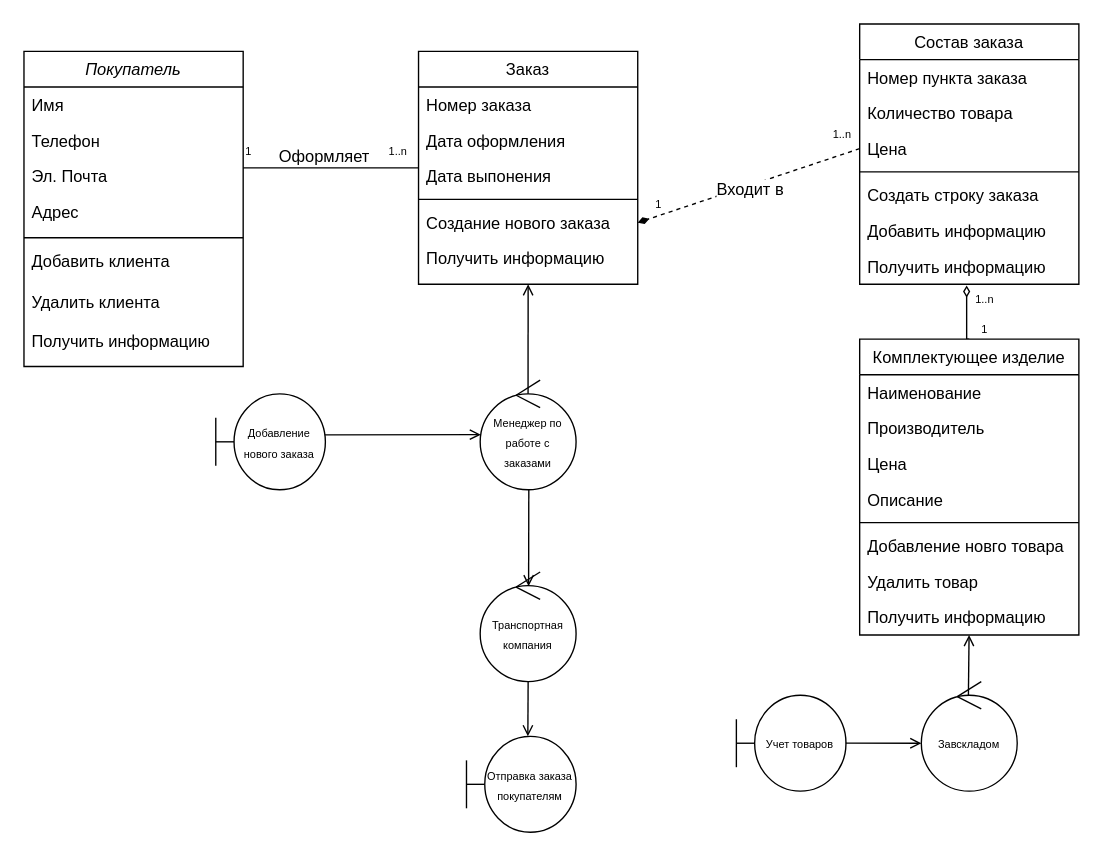
Above: лаб 2.drawio in arn1ee/-1 (draw.io), before the change. Source tidied: cells renumbered, new cells numbered last; positions are measured from the earlier drawing's top-left corner, leaving out a move shared by most shapes. Both pictures are drawn from the tidied source at 137%, with x=0, y=0 at pixel (23, 23).
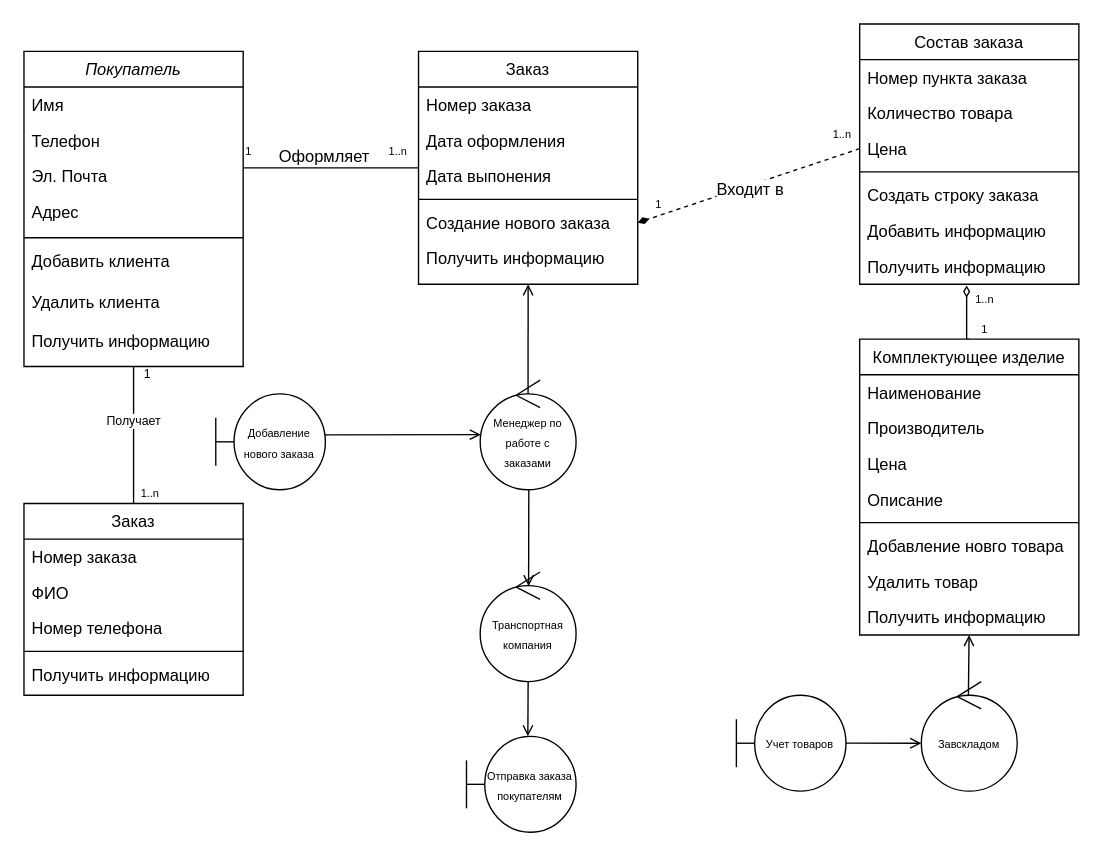
The same page after the edit.

The change refers to these unchanged cells:
```xml
<mxCell id="2" value="Покупатель" style="swimlane;fontStyle=2;align=center;verticalAlign=top;horizontal=1;startSize=26;rounded=0;shadow=0;strokeWidth=1;" parent="1" vertex="1">
  <mxGeometry y="20" width="160" height="230" as="geometry" />
</mxCell>
```

Change to the diagram source:
```diff
@@
+    <mxCell id="58" style="edgeStyle=orthogonalEdgeStyle;rounded=0;jettySize=auto;html=1;exitX=0.5;exitY=1;exitDx=0;exitDy=0;entryX=0.5;entryY=0;entryDx=0;entryDy=0;endArrow=none;endFill=0;" parent="1" edge="1" source="2" target="60">
+      <mxGeometry relative="1" as="geometry" />
+    </mxCell>
+    <mxCell id="59" value="Получает" style="edgeLabel;html=1;align=center;verticalAlign=middle;fontSize=9;" parent="58" vertex="1">
+      <mxGeometry x="-0.22" y="-1" relative="1" as="geometry" />
+    </mxCell>
@@
+    <mxCell id="60" value="Заказ" style="swimlane;fontStyle=0;align=center;verticalAlign=top;horizontal=1;startSize=26;rounded=0;shadow=0;strokeWidth=1;" parent="1" vertex="1">
+      <mxGeometry y="350" width="160" height="140" as="geometry" />
+    </mxCell>
+    <mxCell id="61" value="Номер заказа" style="text;align=left;verticalAlign=top;spacingLeft=4;spacingRight=4;overflow=hidden;" parent="60" vertex="1">
+      <mxGeometry y="26" width="160" height="26" as="geometry" />
+    </mxCell>
+    <mxCell id="62" value="ФИО" style="text;align=left;verticalAlign=top;spacingLeft=4;spacingRight=4;overflow=hidden;" parent="60" vertex="1">
+      <mxGeometry y="52" width="160" height="26" as="geometry" />
+    </mxCell>
+    <mxCell id="63" value="Номер телефона" style="text;align=left;verticalAlign=top;spacingLeft=4;spacingRight=4;overflow=hidden;" parent="60" vertex="1">
+      <mxGeometry y="78" width="160" height="26" as="geometry" />
+    </mxCell>
+    <mxCell id="64" style="line;html=1;strokeWidth=1;align=left;verticalAlign=middle;spacingTop=-1;spacingLeft=3;spacingRight=3;labelPosition=right;" parent="60" vertex="1">
+      <mxGeometry y="104" width="160" height="8" as="geometry" />
+    </mxCell>
+    <mxCell id="65" value="Получить информацию" style="text;align=left;verticalAlign=top;spacingLeft=4;spacingRight=4;overflow=hidden;" parent="60" vertex="1">
+      <mxGeometry y="112" width="160" height="26" as="geometry" />
+    </mxCell>
+    <mxCell id="66" value="&lt;font style=&quot;font-size: 9px;&quot;&gt;1&lt;/font&gt;" style="text;html=1;align=center;verticalAlign=middle;strokeColor=none;fillColor=none;" parent="1" vertex="1">
+      <mxGeometry x="75" y="240" width="30" height="30" as="geometry" />
+    </mxCell>
+    <mxCell id="67" value="1..n" style="align=right;verticalAlign=bottom;labelBackgroundColor=none;fontSize=8;" parent="1" vertex="1">
+      <mxGeometry x="100" y="350" as="geometry" />
+    </mxCell>
```
